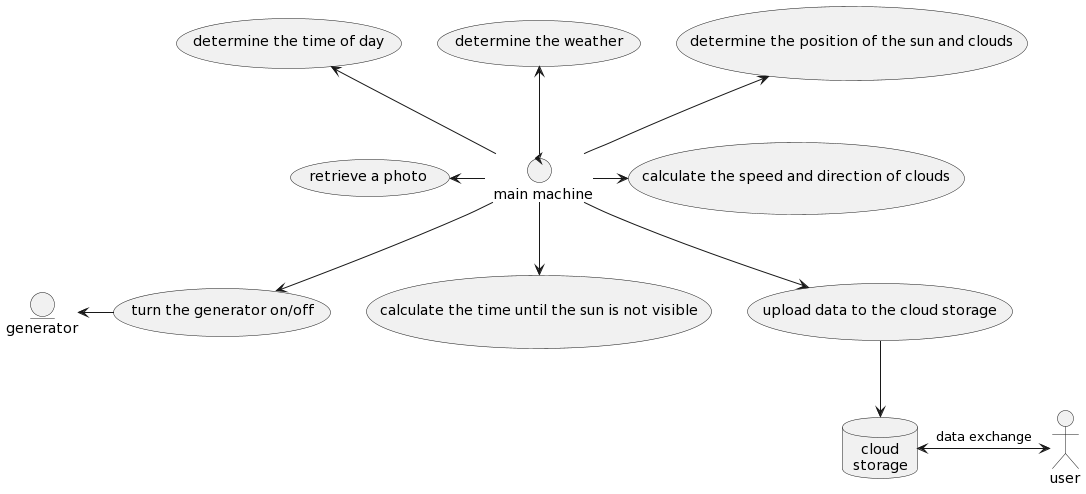
The PlantUML diagram Project/doc/precedence.png in fanglores/-, before a commit.
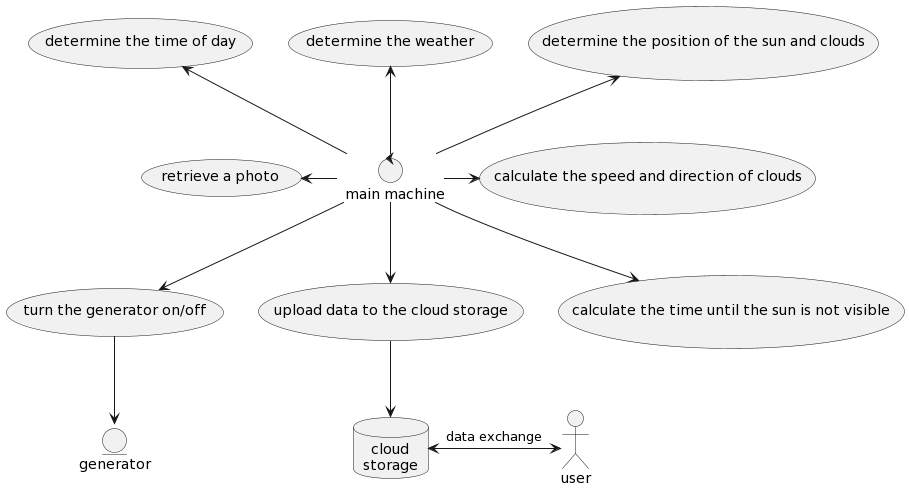
The same file after the commit.

Diff of the diagram source:
```diff
@@ -10,12 +10,14 @@
 (determine the weather) <-- pc
 (determine the position of the sun and clouds) <-- pc
 pc -> (calculate the speed and direction of clouds)
+pc --> (turn the generator on/off)
+
+pc --> (upload data to the cloud storage)
 pc --> (calculate the time until the sun is not visible)
-pc --> (upload data to the cloud storage)
+
+
+(turn the generator on/off) --> generator
 
 (upload data to the cloud storage) --> cloudStorage
 cloudStorage <-> user :data exchange
-
-pc --> (turn the generator on/off)
-generator <- (turn the generator on/off)
 @enduml
```
